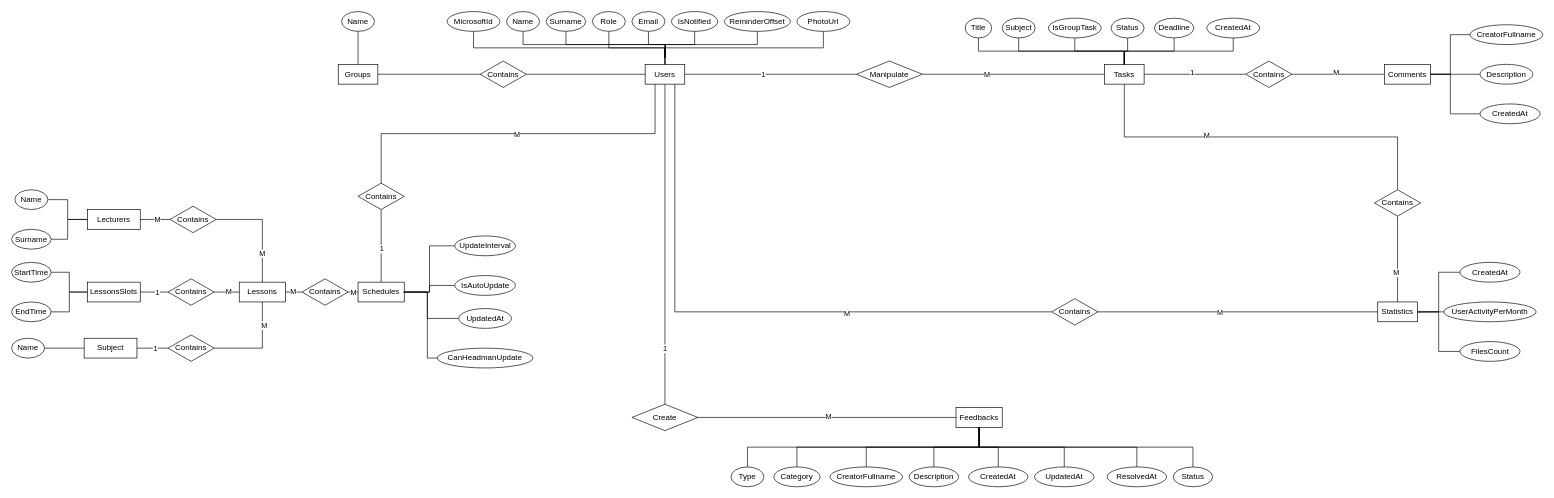
Above: Documents/Database/ER_Diagram.drawio in Kitukl/PI2026_FireDucks (draw.io), before the change. Source tidied: cells renumbered, new cells numbered last; positions are measured from the earlier drawing's top-left corner, leaving out a move shared by most shapes. Both pictures are drawn from the tidied source at 66%, with x=0, y=0 at pixel (11, 11).
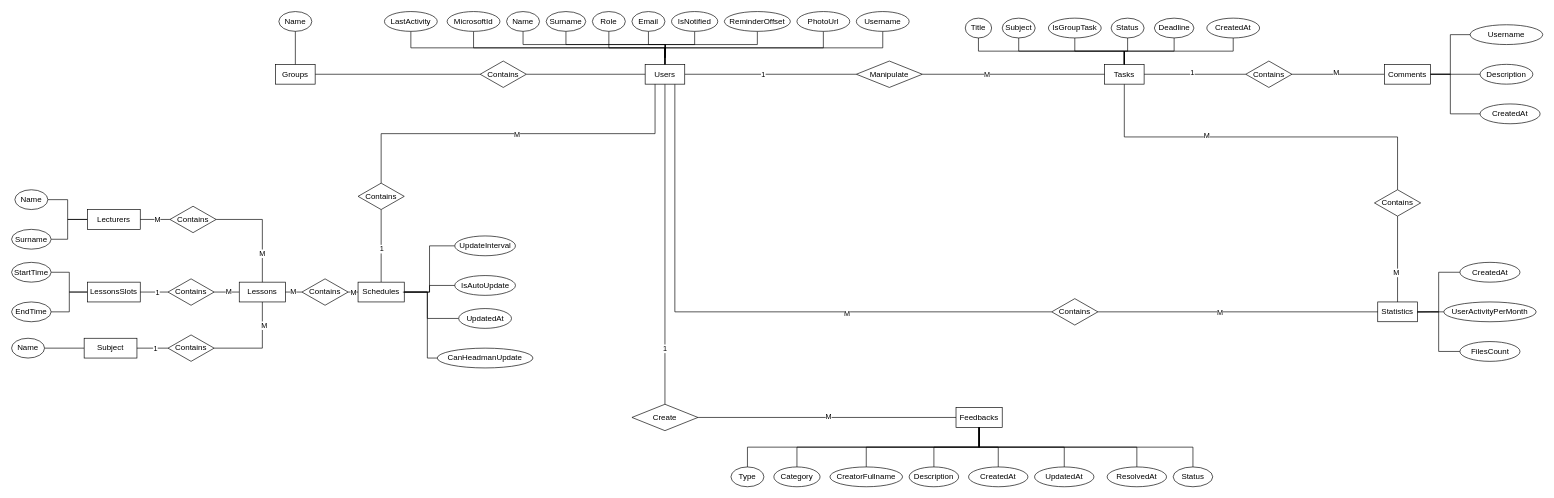
The same page after the edit.

The change refers to these unchanged cells:
```xml
<mxCell id="8" value="Users" style="rounded=0;whiteSpace=wrap;html=1;" parent="1" vertex="1">
  <mxGeometry x="960" y="80" width="60" height="30" as="geometry" />
</mxCell>
```

Diff of the diagram source:
```diff
@@
     <mxCell id="16" value="Groups" style="rounded=0;whiteSpace=wrap;html=1;" parent="1" vertex="1">
-      <mxGeometry x="495" y="80" width="60" height="30" as="geometry" />
+      <mxGeometry x="400" y="80" width="60" height="30" as="geometry" />
     </mxCell>
@@
     <mxCell id="54" value="Name" style="ellipse;whiteSpace=wrap;html=1;" parent="1" vertex="1">
-      <mxGeometry x="500" width="50" height="30" as="geometry" />
+      <mxGeometry x="405" width="50" height="30" as="geometry" />
     </mxCell>
@@
-    <mxCell id="62" value="CreatorFullname" style="ellipse;whiteSpace=wrap;html=1;" parent="1" vertex="1">
+    <mxCell id="62" value="Username" style="ellipse;whiteSpace=wrap;html=1;" parent="1" vertex="1">
       <mxGeometry x="2210" y="20" width="110" height="30" as="geometry" />
     </mxCell>
@@
+    <mxCell id="142" style="edgeStyle=orthogonalEdgeStyle;rounded=0;jettySize=auto;html=1;exitX=0.5;exitY=1;exitDx=0;exitDy=0;entryX=0.5;entryY=0;entryDx=0;entryDy=0;endArrow=none;endFill=0;" parent="1" edge="1" source="143" target="8">
+      <mxGeometry relative="1" as="geometry" />
+    </mxCell>
+    <mxCell id="143" value="Username" style="ellipse;whiteSpace=wrap;html=1;" parent="1" vertex="1">
+      <mxGeometry x="1280" width="80" height="30" as="geometry" />
+    </mxCell>
+    <mxCell id="144" style="edgeStyle=orthogonalEdgeStyle;rounded=0;jettySize=auto;html=1;exitX=0.5;exitY=1;exitDx=0;exitDy=0;entryX=0.5;entryY=0;entryDx=0;entryDy=0;endArrow=none;endFill=0;" parent="1" edge="1" source="145" target="8">
+      <mxGeometry relative="1" as="geometry" />
+    </mxCell>
+    <mxCell id="145" value="LastActivity" style="ellipse;whiteSpace=wrap;html=1;" parent="1" vertex="1">
+      <mxGeometry x="565" width="80" height="30" as="geometry" />
+    </mxCell>
```
